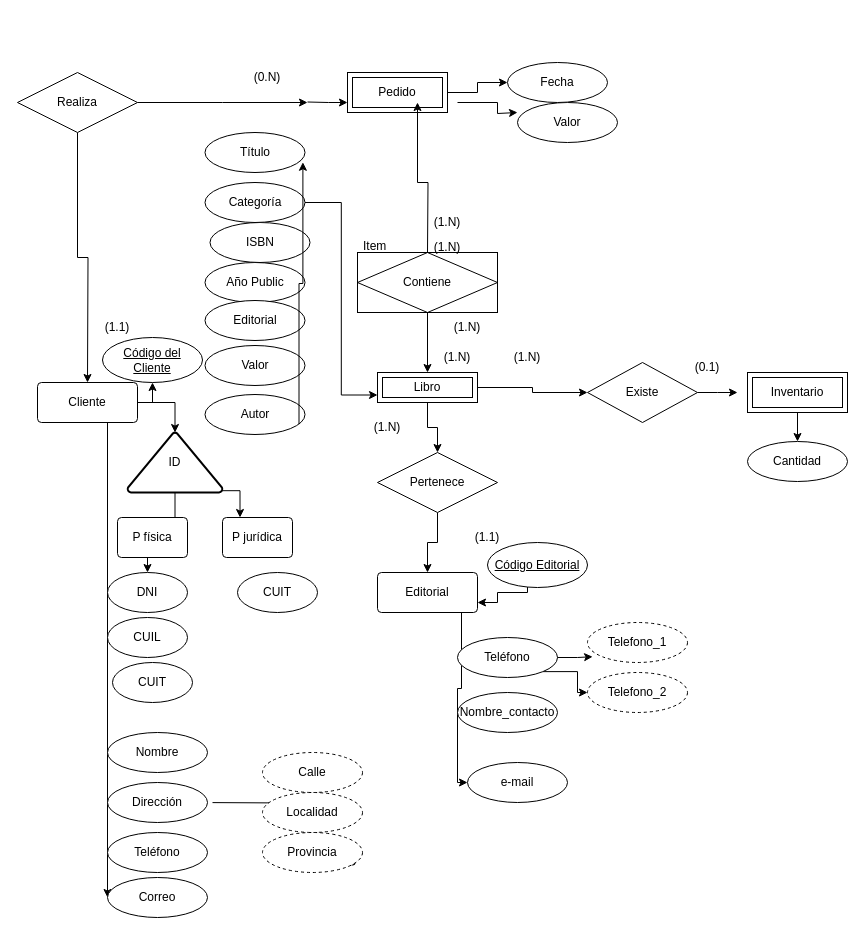
Before: db/modelo.drawio in Sergio-Tolaba/ds_ej, a draw.io diagram. Source tidied: cells renumbered, new cells numbered last; positions are measured from the earlier drawing's top-left corner, leaving out a move shared by most shapes. Both pictures are drawn from the tidied source at 100%, with x=0, y=0 at pixel (17, 62).
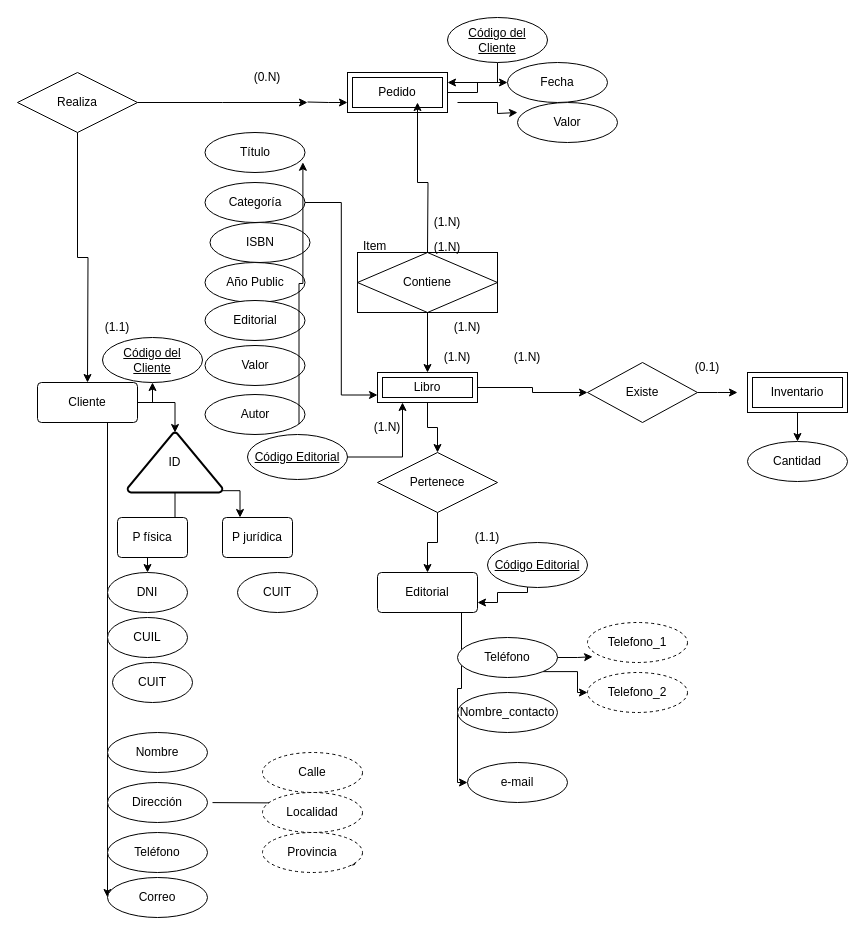
The same page after the edit.

Commit message:
pkCliente tb en Pedido//pkEd tb Libro: modelo.drawio

Unchanged cells that the change refers to:
```xml
<mxCell id="8" value="Pedido" style="shape=ext;margin=3;double=1;whiteSpace=wrap;html=1;align=center;" parent="1" vertex="1">
  <mxGeometry x="330" y="10" width="100" height="40" as="geometry" />
</mxCell>
<mxCell id="11" value="Libro" style="shape=ext;margin=3;double=1;whiteSpace=wrap;html=1;align=center;" parent="1" vertex="1">
  <mxGeometry x="360" y="310" width="100" height="30" as="geometry" />
</mxCell>
```

What changed in the source:
```diff
@@
+    <mxCell id="80" style="edgeStyle=orthogonalEdgeStyle;rounded=0;jettySize=auto;html=1;entryX=1;entryY=0.25;entryDx=0;entryDy=0;" parent="1" edge="1" source="81" target="8">
+      <mxGeometry relative="1" as="geometry" />
+    </mxCell>
+    <mxCell id="81" value="Código del Cliente" style="ellipse;whiteSpace=wrap;html=1;align=center;fontStyle=4;" parent="1" vertex="1">
+      <mxGeometry x="430" y="-45" width="100" height="45" as="geometry" />
+    </mxCell>
+    <mxCell id="82" style="edgeStyle=orthogonalEdgeStyle;rounded=0;jettySize=auto;html=1;entryX=0.25;entryY=1;entryDx=0;entryDy=0;" parent="1" edge="1" source="83" target="11">
+      <mxGeometry relative="1" as="geometry" />
+    </mxCell>
+    <mxCell id="83" value="Código Editorial" style="ellipse;whiteSpace=wrap;html=1;align=center;fontStyle=4;" parent="1" vertex="1">
+      <mxGeometry x="230" y="372" width="100" height="45" as="geometry" />
+    </mxCell>
```
